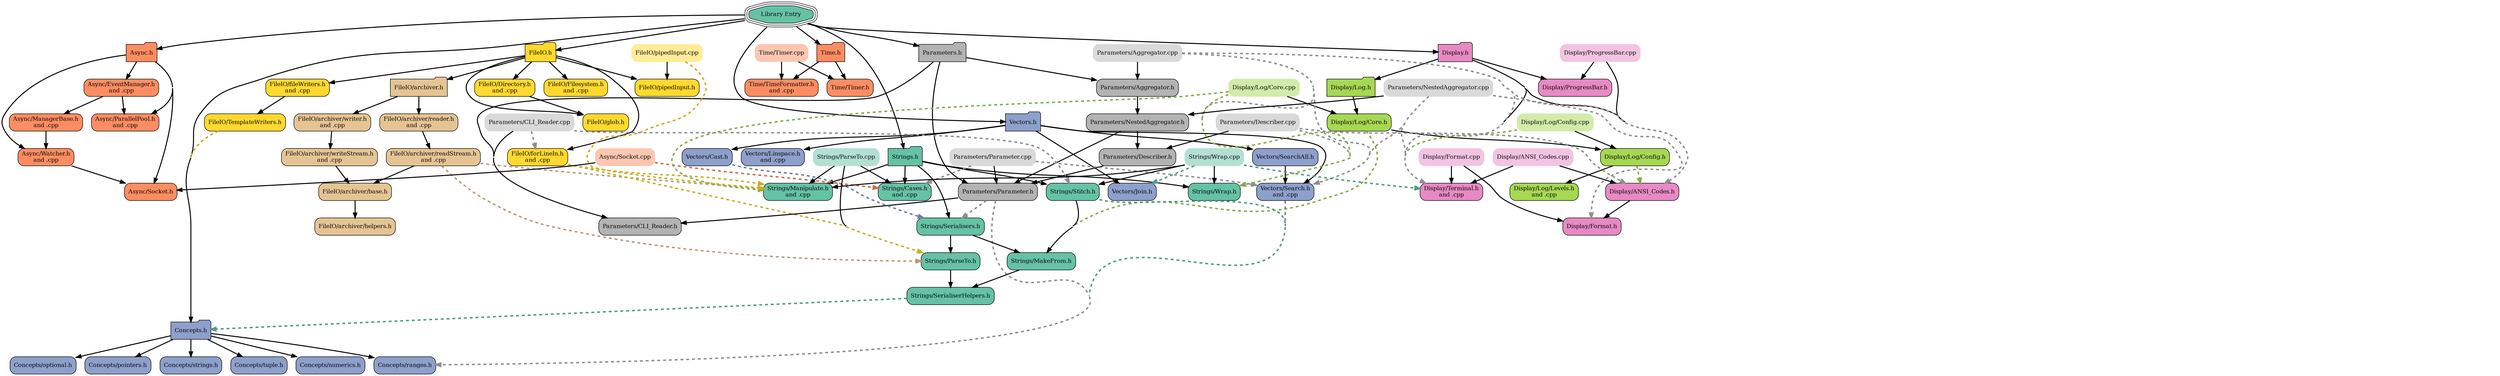
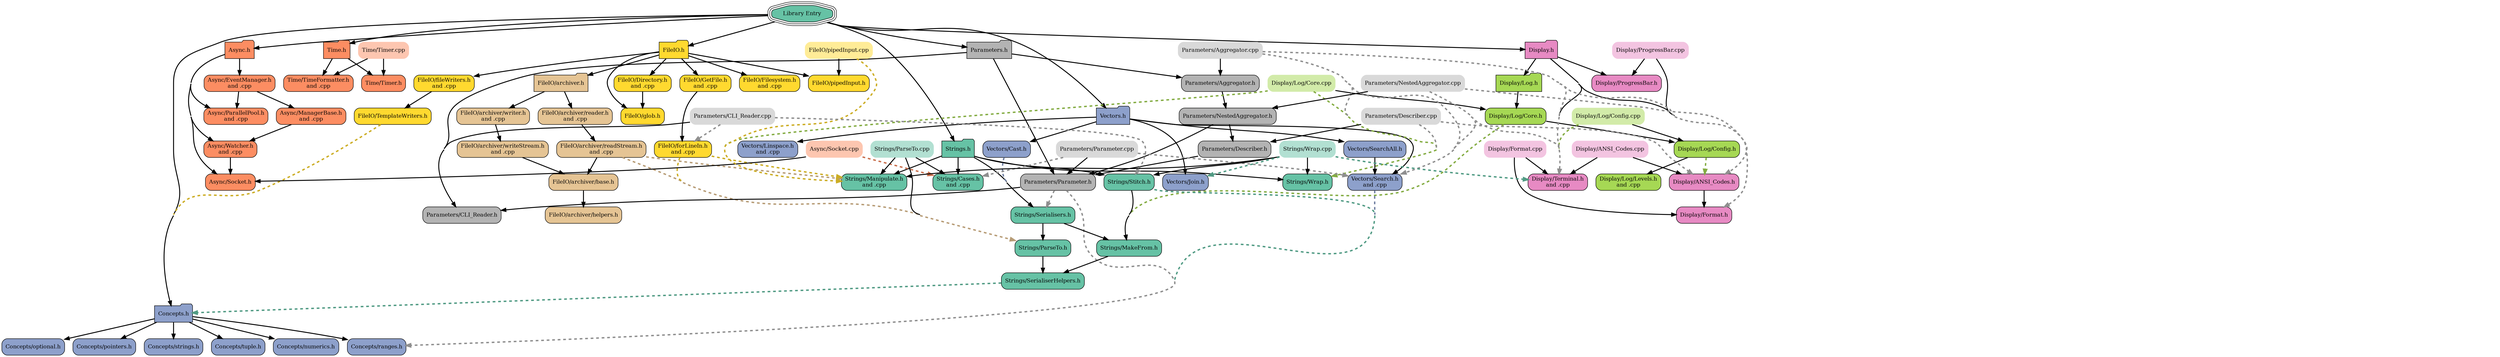
digraph codeviz{
	concentrate=true
	splines=true
	sep="+15,+15"
	overlap=false

	node[shape=Mrecord,fontsize=12]

	node [fillcolor="#66c2a5", style="rounded,filled", shape=tripleoctagon,color="#000000"] "JSL.h"                           [label="Library Entry"]
	node [fillcolor="#fc8d62", style="rounded,filled", shape=folder,color="#000000"] "Async.h"                         [label="Async.h"]
	node [fillcolor="#fc8d62", style="rounded,filled", shape=box,color="#000000"] "Async/EventManager.h"            [label="Async/EventManager.h\nand .cpp"]
	node [fillcolor="#fc8d62", style="rounded,filled", shape=box,color="#000000"] "Async/ManagerBase.h"             [label="Async/ManagerBase.h\nand .cpp"]
	node [fillcolor="#fc8d62", style="rounded,filled", shape=box,color="#000000"] "Async/ParallelPool.h"            [label="Async/ParallelPool.h\nand .cpp"]
	node [fillcolor="#fc8d62", style="rounded,filled", shape=box,color="#000000"] "Async/Socket.h"                  [label="Async/Socket.h"]
	node [fillcolor="#fc8d62", style="rounded,filled", shape=box,color="#000000"] "Async/Watcher.h"                 [label="Async/Watcher.h\nand .cpp"]
	node [fillcolor="#8da0cb", style="rounded,filled", shape=folder,color="#000000"] "Concepts.h"                      [label="Concepts.h"]
	node [fillcolor="#8da0cb", style="rounded,filled", shape=box,color="#000000"] "Concepts/numerics.h"             [label="Concepts/numerics.h"]
	node [fillcolor="#8da0cb", style="rounded,filled", shape=box,color="#000000"] "Concepts/optional.h"             [label="Concepts/optional.h"]
	node [fillcolor="#8da0cb", style="rounded,filled", shape=box,color="#000000"] "Concepts/pointers.h"             [label="Concepts/pointers.h"]
	node [fillcolor="#8da0cb", style="rounded,filled", shape=box,color="#000000"] "Concepts/ranges.h"               [label="Concepts/ranges.h"]
	node [fillcolor="#8da0cb", style="rounded,filled", shape=box,color="#000000"] "Concepts/strings.h"              [label="Concepts/strings.h"]
	node [fillcolor="#8da0cb", style="rounded,filled", shape=box,color="#000000"] "Concepts/tuple.h"                [label="Concepts/tuple.h"]
	node [fillcolor="#e78ac3", style="rounded,filled", shape=folder,color="#000000"] "Display.h"                       [label="Display.h"]
	node [fillcolor="#e78ac3", style="rounded,filled", shape=box,color="#000000"] "Display/ANSI_Codes.h"            [label="Display/ANSI_Codes.h"]
	node [fillcolor="#e78ac3", style="rounded,filled", shape=box,color="#000000"] "Display/Format.h"                [label="Display/Format.h"]
	node [fillcolor="#a6d854", style="rounded,filled", shape=folder,color="#000000"] "Display/Log.h"                   [label="Display/Log.h"]
	node [fillcolor="#a6d854", style="rounded,filled", shape=box,color="#000000"] "Display/Log/Config.h"            [label="Display/Log/Config.h"]
	node [fillcolor="#a6d854", style="rounded,filled", shape=box,color="#000000"] "Display/Log/Core.h"              [label="Display/Log/Core.h"]
	node [fillcolor="#a6d854", style="rounded,filled", shape=box,color="#000000"] "Display/Log/Levels.h"            [label="Display/Log/Levels.h\nand .cpp"]
	node [fillcolor="#e78ac3", style="rounded,filled", shape=box,color="#000000"] "Display/ProgressBar.h"           [label="Display/ProgressBar.h"]
	node [fillcolor="#e78ac3", style="rounded,filled", shape=box,color="#000000"] "Display/Terminal.h"              [label="Display/Terminal.h\nand .cpp"]
	node [fillcolor="#ffd92f", style="rounded,filled", shape=folder,color="#000000"] "FileIO.h"                        [label="FileIO.h"]
	node [fillcolor="#ffd92f", style="rounded,filled", shape=box,color="#000000"] "FileIO/Directory.h"              [label="FileIO/Directory.h\nand .cpp"]
	node [fillcolor="#ffd92f", style="rounded,filled", shape=box,color="#000000"] "FileIO/Filesystem.h"             [label="FileIO/Filesystem.h\nand .cpp"]
+ 	node [fillcolor="#ffd92f", style="rounded,filled", shape=box,color="#000000"] "FileIO/GetFile.h"                [label="FileIO/GetFile.h\nand .cpp"]
	node [fillcolor="#ffd92f", style="rounded,filled", shape=box,color="#000000"] "FileIO/TemplateWriters.h"        [label="FileIO/TemplateWriters.h"]
	node [fillcolor="#e5c494", style="rounded,filled", shape=folder,color="#000000"] "FileIO/archiver.h"               [label="FileIO/archiver.h"]
	node [fillcolor="#e5c494", style="rounded,filled", shape=box,color="#000000"] "FileIO/archiver/base.h"          [label="FileIO/archiver/base.h"]
	node [fillcolor="#e5c494", style="rounded,filled", shape=box,color="#000000"] "FileIO/archiver/helpers.h"       [label="FileIO/archiver/helpers.h"]
	node [fillcolor="#e5c494", style="rounded,filled", shape=box,color="#000000"] "FileIO/archiver/readStream.h"    [label="FileIO/archiver/readStream.h\nand .cpp"]
	node [fillcolor="#e5c494", style="rounded,filled", shape=box,color="#000000"] "FileIO/archiver/reader.h"        [label="FileIO/archiver/reader.h\nand .cpp"]
	node [fillcolor="#e5c494", style="rounded,filled", shape=box,color="#000000"] "FileIO/archiver/writeStream.h"   [label="FileIO/archiver/writeStream.h\nand .cpp"]
	node [fillcolor="#e5c494", style="rounded,filled", shape=box,color="#000000"] "FileIO/archiver/writer.h"        [label="FileIO/archiver/writer.h\nand .cpp"]
	node [fillcolor="#ffd92f", style="rounded,filled", shape=box,color="#000000"] "FileIO/fileWriters.h"            [label="FileIO/fileWriters.h\nand .cpp"]
	node [fillcolor="#ffd92f", style="rounded,filled", shape=box,color="#000000"] "FileIO/forLineIn.h"              [label="FileIO/forLineIn.h\nand .cpp"]
	node [fillcolor="#ffd92f", style="rounded,filled", shape=box,color="#000000"] "FileIO/glob.h"                   [label="FileIO/glob.h"]
	node [fillcolor="#ffd92f", style="rounded,filled", shape=box,color="#000000"] "FileIO/pipedInput.h"             [label="FileIO/pipedInput.h"]
	node [fillcolor="#b3b3b3", style="rounded,filled", shape=folder,color="#000000"] "Parameters.h"                    [label="Parameters.h"]
	node [fillcolor="#b3b3b3", style="rounded,filled", shape=box,color="#000000"] "Parameters/Aggregator.h"         [label="Parameters/Aggregator.h"]
	node [fillcolor="#b3b3b3", style="rounded,filled", shape=box,color="#000000"] "Parameters/CLI_Reader.h"         [label="Parameters/CLI_Reader.h"]
	node [fillcolor="#b3b3b3", style="rounded,filled", shape=box,color="#000000"] "Parameters/Describer.h"          [label="Parameters/Describer.h"]
	node [fillcolor="#b3b3b3", style="rounded,filled", shape=box,color="#000000"] "Parameters/NestedAggregator.h"   [label="Parameters/NestedAggregator.h"]
	node [fillcolor="#b3b3b3", style="rounded,filled", shape=box,color="#000000"] "Parameters/Parameter.h"          [label="Parameters/Parameter.h"]
	node [fillcolor="#66c2a5", style="rounded,filled", shape=folder,color="#000000"] "Strings.h"                       [label="Strings.h"]
	node [fillcolor="#66c2a5", style="rounded,filled", shape=box,color="#000000"] "Strings/Cases.h"                 [label="Strings/Cases.h\nand .cpp"]
	node [fillcolor="#66c2a5", style="rounded,filled", shape=box,color="#000000"] "Strings/MakeFrom.h"              [label="Strings/MakeFrom.h"]
	node [fillcolor="#66c2a5", style="rounded,filled", shape=box,color="#000000"] "Strings/Manipulate.h"            [label="Strings/Manipulate.h\nand .cpp"]
	node [fillcolor="#66c2a5", style="rounded,filled", shape=box,color="#000000"] "Strings/ParseTo.h"               [label="Strings/ParseTo.h"]
	node [fillcolor="#66c2a5", style="rounded,filled", shape=box,color="#000000"] "Strings/SerialiserHelpers.h"     [label="Strings/SerialiserHelpers.h"]
	node [fillcolor="#66c2a5", style="rounded,filled", shape=box,color="#000000"] "Strings/Serialisers.h"           [label="Strings/Serialisers.h"]
	node [fillcolor="#66c2a5", style="rounded,filled", shape=box,color="#000000"] "Strings/Stitch.h"                [label="Strings/Stitch.h"]
	node [fillcolor="#66c2a5", style="rounded,filled", shape=box,color="#000000"] "Strings/Wrap.h"                  [label="Strings/Wrap.h"]
	node [fillcolor="#fc8d62", style="rounded,filled", shape=folder,color="#000000"] "Time.h"                          [label="Time.h"]
	node [fillcolor="#fc8d62", style="rounded,filled", shape=box,color="#000000"] "Time/TimeFormatter.h"            [label="Time/TimeFormatter.h\nand .cpp"]
	node [fillcolor="#fc8d62", style="rounded,filled", shape=box,color="#000000"] "Time/Timer.h"                    [label="Time/Timer.h"]
	node [fillcolor="#8da0cb", style="rounded,filled", shape=folder,color="#000000"] "Vectors.h"                       [label="Vectors.h"]
	node [fillcolor="#8da0cb", style="rounded,filled", shape=box,color="#000000"] "Vectors/Cast.h"                  [label="Vectors/Cast.h"]
	node [fillcolor="#8da0cb", style="rounded,filled", shape=box,color="#000000"] "Vectors/Join.h"                  [label="Vectors/Join.h"]
	node [fillcolor="#8da0cb", style="rounded,filled", shape=box,color="#000000"] "Vectors/Linspace.h"              [label="Vectors/Linspace.h\nand .cpp"]
	node [fillcolor="#8da0cb", style="rounded,filled", shape=box,color="#000000"] "Vectors/Search.h"                [label="Vectors/Search.h\nand .cpp"]
	node [fillcolor="#8da0cb", style="rounded,filled", shape=box,color="#000000"] "Vectors/SearchAll.h"             [label="Vectors/SearchAll.h"]
	node [fillcolor="#fdc6b0", style=invis, shape=box,color="#fdc6b0"] "Async/EventManager.cpp"          [label="Async/EventManager.cpp"]
	node [fillcolor="#fdc6b0", style=invis, shape=box,color="#fdc6b0"] "Async/ManagerBase.cpp"           [label="Async/ManagerBase.cpp"]
	node [fillcolor="#fdc6b0", style=invis, shape=box,color="#fdc6b0"] "Async/ParallelPool.cpp"          [label="Async/ParallelPool.cpp"]
	node [fillcolor="#fdc6b0", style="rounded,filled", shape=box,color="#fdc6b0"] "Async/Socket.cpp"                [label="Async/Socket.cpp"]
	node [fillcolor="#fdc6b0", style=invis, shape=box,color="#fdc6b0"] "Async/Watcher.cpp"               [label="Async/Watcher.cpp"]
	node [fillcolor="#f3c4e1", style="rounded,filled", shape=box,color="#f3c4e1"] "Display/ANSI_Codes.cpp"          [label="Display/ANSI_Codes.cpp"]
	node [fillcolor="#f3c4e1", style="rounded,filled", shape=box,color="#f3c4e1"] "Display/Format.cpp"              [label="Display/Format.cpp"]
	node [fillcolor="#d2eba9", style="rounded,filled", shape=box,color="#d2eba9"] "Display/Log/Config.cpp"          [label="Display/Log/Config.cpp"]
	node [fillcolor="#d2eba9", style="rounded,filled", shape=box,color="#d2eba9"] "Display/Log/Core.cpp"            [label="Display/Log/Core.cpp"]
	node [fillcolor="#d2eba9", style=invis, shape=box,color="#d2eba9"] "Display/Log/Levels.cpp"          [label="Display/Log/Levels.cpp"]
	node [fillcolor="#f3c4e1", style="rounded,filled", shape=box,color="#f3c4e1"] "Display/ProgressBar.cpp"         [label="Display/ProgressBar.cpp"]
	node [fillcolor="#f3c4e1", style=invis, shape=box,color="#f3c4e1"] "Display/Terminal.cpp"            [label="Display/Terminal.cpp"]
	node [fillcolor="#ffec97", style=invis, shape=box,color="#ffec97"] "FileIO/Directory.cpp"            [label="FileIO/Directory.cpp"]
	node [fillcolor="#ffec97", style=invis, shape=box,color="#ffec97"] "FileIO/Filesystem.cpp"           [label="FileIO/Filesystem.cpp"]
+ 	node [fillcolor="#ffec97", style=invis, shape=box,color="#ffec97"] "FileIO/GetFile.cpp"              [label="FileIO/GetFile.cpp"]
	node [fillcolor="#f2e1c9", style=invis, shape=box,color="#f2e1c9"] "FileIO/archiver/readStream.cpp"  [label="FileIO/archiver/readStream.cpp"]
	node [fillcolor="#f2e1c9", style=invis, shape=box,color="#f2e1c9"] "FileIO/archiver/reader.cpp"      [label="FileIO/archiver/reader.cpp"]
	node [fillcolor="#f2e1c9", style=invis, shape=box,color="#f2e1c9"] "FileIO/archiver/writeStream.cpp" [label="FileIO/archiver/writeStream.cpp"]
	node [fillcolor="#f2e1c9", style=invis, shape=box,color="#f2e1c9"] "FileIO/archiver/writer.cpp"      [label="FileIO/archiver/writer.cpp"]
	node [fillcolor="#ffec97", style=invis, shape=box,color="#ffec97"] "FileIO/fileWriters.cpp"          [label="FileIO/fileWriters.cpp"]
	node [fillcolor="#ffec97", style=invis, shape=box,color="#ffec97"] "FileIO/forLineIn.cpp"            [label="FileIO/forLineIn.cpp"]
	node [fillcolor="#ffec97", style="rounded,filled", shape=box,color="#ffec97"] "FileIO/pipedInput.cpp"           [label="FileIO/pipedInput.cpp"]
	node [fillcolor="#d9d9d9", style="rounded,filled", shape=box,color="#d9d9d9"] "Parameters/Aggregator.cpp"       [label="Parameters/Aggregator.cpp"]
	node [fillcolor="#d9d9d9", style="rounded,filled", shape=box,color="#d9d9d9"] "Parameters/CLI_Reader.cpp"       [label="Parameters/CLI_Reader.cpp"]
	node [fillcolor="#d9d9d9", style="rounded,filled", shape=box,color="#d9d9d9"] "Parameters/Describer.cpp"        [label="Parameters/Describer.cpp"]
	node [fillcolor="#d9d9d9", style="rounded,filled", shape=box,color="#d9d9d9"] "Parameters/NestedAggregator.cpp" [label="Parameters/NestedAggregator.cpp"]
	node [fillcolor="#d9d9d9", style="rounded,filled", shape=box,color="#d9d9d9"] "Parameters/Parameter.cpp"        [label="Parameters/Parameter.cpp"]
	node [fillcolor="#b2e0d2", style=invis, shape=box,color="#b2e0d2"] "Strings/Cases.cpp"               [label="Strings/Cases.cpp"]
	node [fillcolor="#b2e0d2", style=invis, shape=box,color="#b2e0d2"] "Strings/Manipulate.cpp"          [label="Strings/Manipulate.cpp"]
	node [fillcolor="#b2e0d2", style="rounded,filled", shape=box,color="#b2e0d2"] "Strings/ParseTo.cpp"             [label="Strings/ParseTo.cpp"]
	node [fillcolor="#b2e0d2", style="rounded,filled", shape=box,color="#b2e0d2"] "Strings/Wrap.cpp"                [label="Strings/Wrap.cpp"]
	node [fillcolor="#fdc6b0", style=invis, shape=box,color="#fdc6b0"] "Time/TimeFormatter.cpp"          [label="Time/TimeFormatter.cpp"]
	node [fillcolor="#fdc6b0", style="rounded,filled", shape=box,color="#fdc6b0"] "Time/Timer.cpp"                  [label="Time/Timer.cpp"]
	node [fillcolor="#c6cfe5", style=invis, shape=box,color="#c6cfe5"] "Vectors/Linspace.cpp"            [label="Vectors/Linspace.cpp"]
	node [fillcolor="#c6cfe5", style=invis, shape=box,color="#c6cfe5"] "Vectors/Search.cpp"              [label="Vectors/Search.cpp"]
	node [fillcolor="#f3c4e1", style=invis, shape=box,color="#f3c4e1"] "internal/error.cpp"              [label="internal/error.cpp"]
	"JSL.h"                           -> "Display.h"[weight=10,penwidth=2]
	"JSL.h"                           -> "FileIO.h"[weight=10,penwidth=2]
	"JSL.h"                           -> "Parameters.h"[weight=10,penwidth=2]
	"JSL.h"                           -> "Strings.h"[weight=10,penwidth=2]
	"JSL.h"                           -> "Time.h"[weight=10,penwidth=2]
	"JSL.h"                           -> "Vectors.h"[weight=10,penwidth=2]
	"JSL.h"                           -> "Async.h"[weight=10,penwidth=2]
	"JSL.h"                           -> "Concepts.h"[weight=10,penwidth=2]
	"Async.h"                         -> "Async/Socket.h"[weight=10,penwidth=2]
	"Async.h"                         -> "Async/Watcher.h"[weight=10,penwidth=2]
	"Async.h"                         -> "Async/EventManager.h"[weight=10,penwidth=2]
	"Async.h"                         -> "Async/ParallelPool.h"[weight=10,penwidth=2]
	"Async/EventManager.h"            -> "Async/ManagerBase.h"[weight=10,penwidth=2]
	"Async/EventManager.h"            -> "Async/ParallelPool.h"[weight=10,penwidth=2]
	"Async/ManagerBase.h"             -> "Async/Watcher.h"[weight=10,penwidth=2]
	"Async/Watcher.h"                 -> "Async/Socket.h"[weight=10,penwidth=2]
	"Concepts.h"                      -> "Concepts/ranges.h"[weight=10,penwidth=2]
	"Concepts.h"                      -> "Concepts/tuple.h"[weight=10,penwidth=2]
	"Concepts.h"                      -> "Concepts/numerics.h"[weight=10,penwidth=2]
	"Concepts.h"                      -> "Concepts/strings.h"[weight=10,penwidth=2]
	"Concepts.h"                      -> "Concepts/pointers.h"[weight=10,penwidth=2]
	"Concepts.h"                      -> "Concepts/optional.h"[weight=10,penwidth=2]
	"Display.h"                       -> "Display/Log.h"[weight=10,penwidth=2]
	"Display.h"                       -> "Display/ANSI_Codes.h"[weight=10,penwidth=2]
	"Display.h"                       -> "Display/ProgressBar.h"[weight=10,penwidth=2]
	"Display.h"                       -> "Display/Terminal.h"[weight=10,penwidth=2]
	"Display/ANSI_Codes.h"            -> "Display/Format.h"[weight=10,penwidth=2]
	"Display/Log.h"                   -> "Display/Log/Core.h"[weight=10,penwidth=2]
	"Display/Log/Config.h"            -> "Display/Log/Levels.h"[weight=10,penwidth=2]
	"Display/Log/Config.h"            -> "Display/ANSI_Codes.h"[style=dashed,penwidth=3,color="#84ac43"]
	"Display/Log/Core.h"              -> "Display/Log/Config.h"[weight=10,penwidth=2]
	"Display/Log/Core.h"              -> "Strings/MakeFrom.h"[style=dashed,penwidth=3,color="#84ac43"]
- 	"FileIO.h"                        -> "FileIO/forLineIn.h"[weight=10,penwidth=2]
+ 	"FileIO.h"                        -> "FileIO/GetFile.h"[weight=10,penwidth=2]
	"FileIO.h"                        -> "FileIO/Directory.h"[weight=10,penwidth=2]
	"FileIO.h"                        -> "FileIO/Filesystem.h"[weight=10,penwidth=2]
	"FileIO.h"                        -> "FileIO/fileWriters.h"[weight=10,penwidth=2]
	"FileIO.h"                        -> "FileIO/pipedInput.h"[weight=10,penwidth=2]
	"FileIO.h"                        -> "FileIO/archiver.h"[weight=10,penwidth=2]
	"FileIO.h"                        -> "FileIO/glob.h"[weight=10,penwidth=2]
	"FileIO/Directory.h"              -> "FileIO/glob.h"[weight=10,penwidth=2]
+ 	"FileIO/GetFile.h"                -> "FileIO/forLineIn.h"[weight=10,penwidth=2]
	"FileIO/TemplateWriters.h"        -> "Concepts.h"[style=dashed,penwidth=3,color="#ccad25"]
	"FileIO/archiver.h"               -> "FileIO/archiver/writer.h"[weight=10,penwidth=2]
	"FileIO/archiver.h"               -> "FileIO/archiver/reader.h"[weight=10,penwidth=2]
	"FileIO/archiver/base.h"          -> "FileIO/archiver/helpers.h"[weight=10,penwidth=2]
	"FileIO/archiver/readStream.h"    -> "Strings/Manipulate.h"[style=dashed,penwidth=3,color="#b79c76"]
	"FileIO/archiver/readStream.h"    -> "Strings/ParseTo.h"[style=dashed,penwidth=3,color="#b79c76"]
	"FileIO/archiver/readStream.h"    -> "FileIO/archiver/base.h"[weight=10,penwidth=2]
	"FileIO/archiver/reader.h"        -> "FileIO/archiver/readStream.h"[weight=10,penwidth=2]
	"FileIO/archiver/writeStream.h"   -> "FileIO/archiver/base.h"[weight=10,penwidth=2]
	"FileIO/archiver/writer.h"        -> "FileIO/archiver/writeStream.h"[weight=10,penwidth=2]
	"FileIO/fileWriters.h"            -> "FileIO/TemplateWriters.h"[weight=10,penwidth=2]
	"FileIO/forLineIn.h"              -> "Strings/Manipulate.h"[style=dashed,penwidth=3,color="#ccad25"]
	"FileIO/forLineIn.h"              -> "Strings/ParseTo.h"[style=dashed,penwidth=3,color="#ccad25"]
	"Parameters.h"                    -> "Parameters/Parameter.h"[weight=10,penwidth=2]
	"Parameters.h"                    -> "Parameters/Aggregator.h"[weight=10,penwidth=2]
	"Parameters.h"                    -> "Parameters/CLI_Reader.h"[weight=10,penwidth=2]
	"Parameters/Aggregator.h"         -> "Parameters/NestedAggregator.h"[weight=10,penwidth=2]
	"Parameters/Describer.h"          -> "Parameters/Parameter.h"[weight=10,penwidth=2]
	"Parameters/NestedAggregator.h"   -> "Parameters/Parameter.h"[weight=10,penwidth=2]
	"Parameters/NestedAggregator.h"   -> "Parameters/Describer.h"[weight=10,penwidth=2]
	"Parameters/Parameter.h"          -> "Concepts/ranges.h"[style=dashed,penwidth=3,color="#8f8f8f"]
	"Parameters/Parameter.h"          -> "Strings/Serialisers.h"[style=dashed,penwidth=3,color="#8f8f8f"]
	"Parameters/Parameter.h"          -> "Parameters/CLI_Reader.h"[weight=10,penwidth=2]
	"Strings.h"                       -> "Strings/Serialisers.h"[weight=10,penwidth=2]
	"Strings.h"                       -> "Strings/Cases.h"[weight=10,penwidth=2]
	"Strings.h"                       -> "Strings/Manipulate.h"[weight=10,penwidth=2]
	"Strings.h"                       -> "Strings/Stitch.h"[weight=10,penwidth=2]
	"Strings.h"                       -> "Strings/Wrap.h"[weight=10,penwidth=2]
	"Strings/MakeFrom.h"              -> "Strings/SerialiserHelpers.h"[weight=10,penwidth=2]
	"Strings/ParseTo.h"               -> "Strings/SerialiserHelpers.h"[weight=10,penwidth=2]
	"Strings/SerialiserHelpers.h"     -> "Concepts.h"[style=dashed,penwidth=3,color="#519b84"]
	"Strings/Serialisers.h"           -> "Strings/MakeFrom.h"[weight=10,penwidth=2]
	"Strings/Serialisers.h"           -> "Strings/ParseTo.h"[weight=10,penwidth=2]
	"Strings/Stitch.h"                -> "Strings/MakeFrom.h"[weight=10,penwidth=2]
	"Strings/Stitch.h"                -> "Concepts/ranges.h"[style=dashed,penwidth=3,color="#519b84"]
	"Time.h"                          -> "Time/Timer.h"[weight=10,penwidth=2]
	"Time.h"                          -> "Time/TimeFormatter.h"[weight=10,penwidth=2]
	"Vectors.h"                       -> "Vectors/Cast.h"[weight=10,penwidth=2]
	"Vectors.h"                       -> "Vectors/Search.h"[weight=10,penwidth=2]
	"Vectors.h"                       -> "Vectors/SearchAll.h"[weight=10,penwidth=2]
	"Vectors.h"                       -> "Vectors/Join.h"[weight=10,penwidth=2]
	"Vectors.h"                       -> "Vectors/Linspace.h"[weight=10,penwidth=2]
	"Vectors/Cast.h"                  -> "Strings/Serialisers.h"[style=dashed,penwidth=3,color="#7080a2"]
	"Vectors/Search.h"                -> "Concepts/ranges.h"[style=dashed,penwidth=3,color="#7080a2"]
	"Vectors/SearchAll.h"             -> "Vectors/Search.h"[weight=10,penwidth=2]
	"Async/Socket.cpp"                -> "Async/Socket.h"[weight=10,penwidth=2]
	"Async/Socket.cpp"                -> "Strings/Cases.h"[style=dashed,penwidth=3,color="#c9704e"]
	"Display/ANSI_Codes.cpp"          -> "Display/ANSI_Codes.h"[weight=10,penwidth=2]
	"Display/ANSI_Codes.cpp"          -> "Display/Terminal.h"[weight=10,penwidth=2]
	"Display/Format.cpp"              -> "Display/Format.h"[weight=10,penwidth=2]
	"Display/Format.cpp"              -> "Display/Terminal.h"[weight=10,penwidth=2]
	"Display/Log/Config.cpp"          -> "Display/Log/Config.h"[weight=10,penwidth=2]
	"Display/Log/Config.cpp"          -> "Display/Terminal.h"[style=dashed,penwidth=3,color="#84ac43"]
	"Display/Log/Core.cpp"            -> "Display/Log/Core.h"[weight=10,penwidth=2]
	"Display/Log/Core.cpp"            -> "Strings/Manipulate.h"[style=dashed,penwidth=3,color="#84ac43"]
	"Display/Log/Core.cpp"            -> "Strings/Wrap.h"[style=dashed,penwidth=3,color="#84ac43"]
	"Display/ProgressBar.cpp"         -> "Display/ProgressBar.h"[weight=10,penwidth=2]
	"Display/ProgressBar.cpp"         -> "Display/ANSI_Codes.h"[weight=10,penwidth=2]
	"FileIO/pipedInput.cpp"           -> "FileIO/pipedInput.h"[weight=10,penwidth=2]
	"FileIO/pipedInput.cpp"           -> "Strings/Manipulate.h"[style=dashed,penwidth=3,color="#ccad25"]
	"Parameters/Aggregator.cpp"       -> "Parameters/Aggregator.h"[weight=10,penwidth=2]
	"Parameters/Aggregator.cpp"       -> "Vectors/Search.h"[style=dashed,penwidth=3,color="#8f8f8f"]
	"Parameters/Aggregator.cpp"       -> "Strings/Wrap.h"[style=dashed,penwidth=3,color="#8f8f8f"]
	"Parameters/Aggregator.cpp"       -> "Display/ANSI_Codes.h"[style=dashed,penwidth=3,color="#8f8f8f"]
	"Parameters/Aggregator.cpp"       -> "Display/Terminal.h"[style=dashed,penwidth=3,color="#8f8f8f"]
	"Parameters/CLI_Reader.cpp"       -> "Parameters/CLI_Reader.h"[weight=10,penwidth=2]
	"Parameters/CLI_Reader.cpp"       -> "FileIO/forLineIn.h"[style=dashed,penwidth=3,color="#8f8f8f"]
	"Parameters/CLI_Reader.cpp"       -> "Strings/Stitch.h"[style=dashed,penwidth=3,color="#8f8f8f"]
	"Parameters/Describer.cpp"        -> "Parameters/Describer.h"[weight=10,penwidth=2]
	"Parameters/Describer.cpp"        -> "Display/ANSI_Codes.h"[style=dashed,penwidth=3,color="#8f8f8f"]
	"Parameters/Describer.cpp"        -> "Strings/Wrap.h"[style=dashed,penwidth=3,color="#8f8f8f"]
	"Parameters/NestedAggregator.cpp" -> "Parameters/NestedAggregator.h"[weight=10,penwidth=2]
	"Parameters/NestedAggregator.cpp" -> "Display/Terminal.h"[style=dashed,penwidth=3,color="#8f8f8f"]
	"Parameters/NestedAggregator.cpp" -> "Vectors/Search.h"[style=dashed,penwidth=3,color="#8f8f8f"]
	"Parameters/NestedAggregator.cpp" -> "Display/Format.h"[style=dashed,penwidth=3,color="#8f8f8f"]
	"Parameters/Parameter.cpp"        -> "Parameters/Parameter.h"[weight=10,penwidth=2]
	"Parameters/Parameter.cpp"        -> "Vectors/Search.h"[style=dashed,penwidth=3,color="#8f8f8f"]
	"Parameters/Parameter.cpp"        -> "Strings/Cases.h"[style=dashed,penwidth=3,color="#8f8f8f"]
	"Strings/ParseTo.cpp"             -> "Strings/ParseTo.h"[weight=10,penwidth=2]
	"Strings/ParseTo.cpp"             -> "Strings/Cases.h"[weight=10,penwidth=2]
	"Strings/ParseTo.cpp"             -> "Strings/Manipulate.h"[weight=10,penwidth=2]
	"Strings/Wrap.cpp"                -> "Strings/Wrap.h"[weight=10,penwidth=2]
	"Strings/Wrap.cpp"                -> "Strings/Stitch.h"[weight=10,penwidth=2]
	"Strings/Wrap.cpp"                -> "Strings/Manipulate.h"[weight=10,penwidth=2]
	"Strings/Wrap.cpp"                -> "Vectors/Join.h"[style=dashed,penwidth=3,color="#519b84"]
	"Strings/Wrap.cpp"                -> "Display/Terminal.h"[style=dashed,penwidth=3,color="#519b84"]
	"Time/Timer.cpp"                  -> "Time/Timer.h"[weight=10,penwidth=2]
	"Time/Timer.cpp"                  -> "Time/TimeFormatter.h"[weight=10,penwidth=2]
}